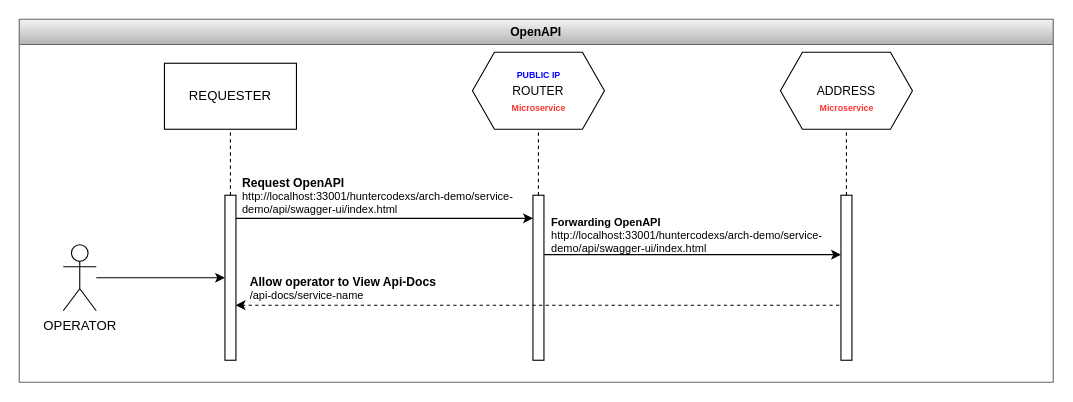
Above: page "OpenAPI" (11 of 11) of diagram/Microservices-Architecure-Demo.drawio in huntercodexs/arch-demo (draw.io), before the change. Source tidied: cells renumbered, new cells numbered last; positions are measured from the earlier drawing's top-left corner, leaving out a move shared by most shapes. Both pictures are drawn from the tidied source at 110%, with x=0, y=0 at pixel (19, 19).
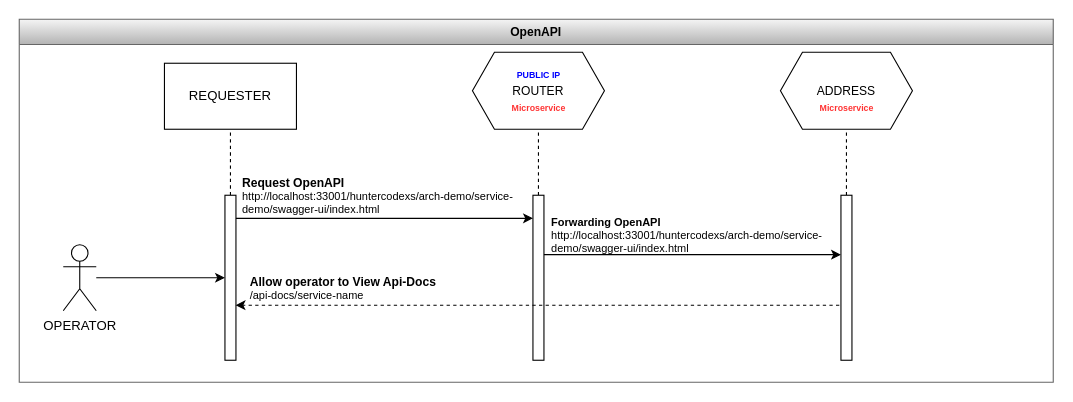
After the change.

Commit message (it also covers changes not shown here):
update-fix: Fix OpenAPI (Swagger) information

The change refers to these unchanged cells:
```xml
<mxCell id="2" value="OpenAPI" style="swimlane;strokeColor=#666666;fontSize=11;fillColor=#f5f5f5;gradientColor=#b3b3b3;" parent="1" vertex="1">
  <mxGeometry width="940" height="330" as="geometry" />
</mxCell>
```

Diff of the diagram source:
```diff
@@
-    <mxCell id="13" value="&lt;div style=&quot;font-size: 11px;&quot;&gt;&lt;font style=&quot;font-size: 11px;&quot;&gt;&lt;b&gt;Request OpenAPI&lt;/b&gt;&lt;/font&gt;&lt;/div&gt;&lt;div style=&quot;font-size: 10px;&quot;&gt;http://localhost:33001/huntercodexs/arch-demo/service-demo/api/swagger-ui/index.html&lt;/div&gt;" style="text;html=1;strokeColor=none;fillColor=none;align=left;verticalAlign=middle;whiteSpace=wrap;rounded=0;fontSize=10;fontColor=#000000;" parent="2" vertex="1">
+    <mxCell id="13" value="&lt;div style=&quot;font-size: 11px;&quot;&gt;&lt;font style=&quot;font-size: 11px;&quot;&gt;&lt;b&gt;Request OpenAPI&lt;/b&gt;&lt;/font&gt;&lt;/div&gt;&lt;div style=&quot;font-size: 10px;&quot;&gt;http://localhost:33001/huntercodexs/arch-demo/service-demo/swagger-ui/index.html&lt;/div&gt;" style="text;html=1;strokeColor=none;fillColor=none;align=left;verticalAlign=middle;whiteSpace=wrap;rounded=0;fontSize=10;fontColor=#000000;" parent="2" vertex="1">
       <mxGeometry x="201" y="144" width="260" height="34" as="geometry" />
     </mxCell>
@@
-    <mxCell id="21" value="&lt;b&gt;Forwarding OpenAPI&lt;br&gt;&lt;/b&gt;&lt;div style=&quot;font-size: 10px;&quot;&gt;http://localhost:33001/huntercodexs/arch-demo/service-demo/api/swagger-ui/index.html&lt;/div&gt;" style="text;html=1;strokeColor=none;fillColor=none;align=left;verticalAlign=middle;whiteSpace=wrap;rounded=0;fontSize=10;fontColor=#000000;" parent="1" vertex="1">
+    <mxCell id="21" value="&lt;b&gt;Forwarding OpenAPI&lt;br&gt;&lt;/b&gt;&lt;div style=&quot;font-size: 10px;&quot;&gt;http://localhost:33001/huntercodexs/arch-demo/service-demo/swagger-ui/index.html&lt;/div&gt;" style="text;html=1;strokeColor=none;fillColor=none;align=left;verticalAlign=middle;whiteSpace=wrap;rounded=0;fontSize=10;fontColor=#000000;" parent="1" vertex="1">
       <mxGeometry x="482" y="179" width="260" height="34" as="geometry" />
     </mxCell>
```
